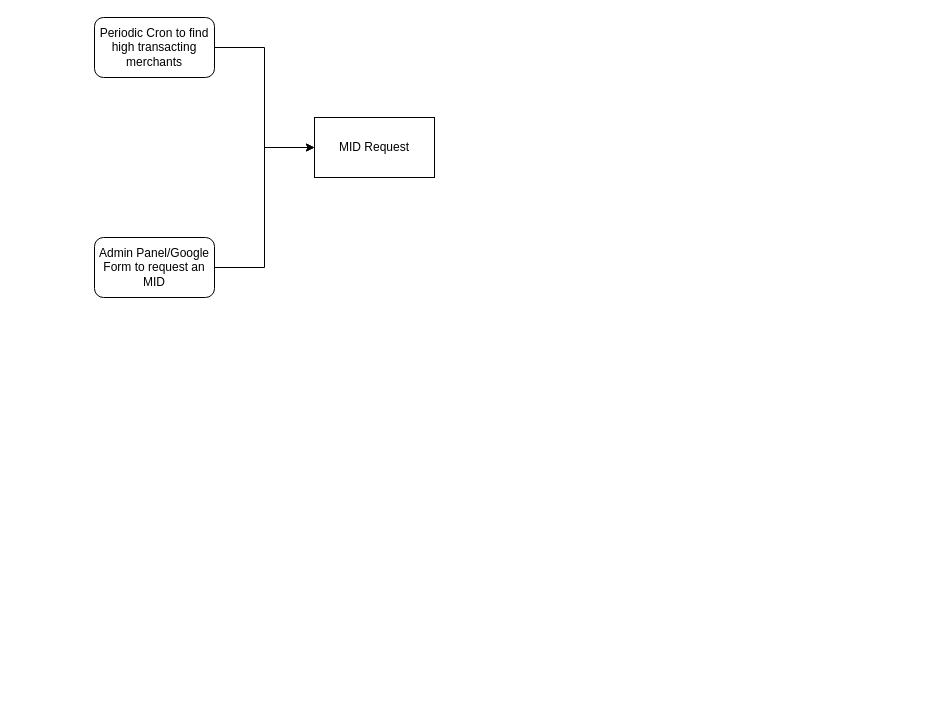
Before: Untitled Diagram.drawio in nafeydev/slate, a draw.io diagram. Source tidied: cells renumbered, new cells numbered last; positions are measured from the earlier drawing's top-left corner, leaving out a move shared by most shapes. Both pictures are drawn from the tidied source at 100%, with x=0, y=0 at pixel (94, 17).
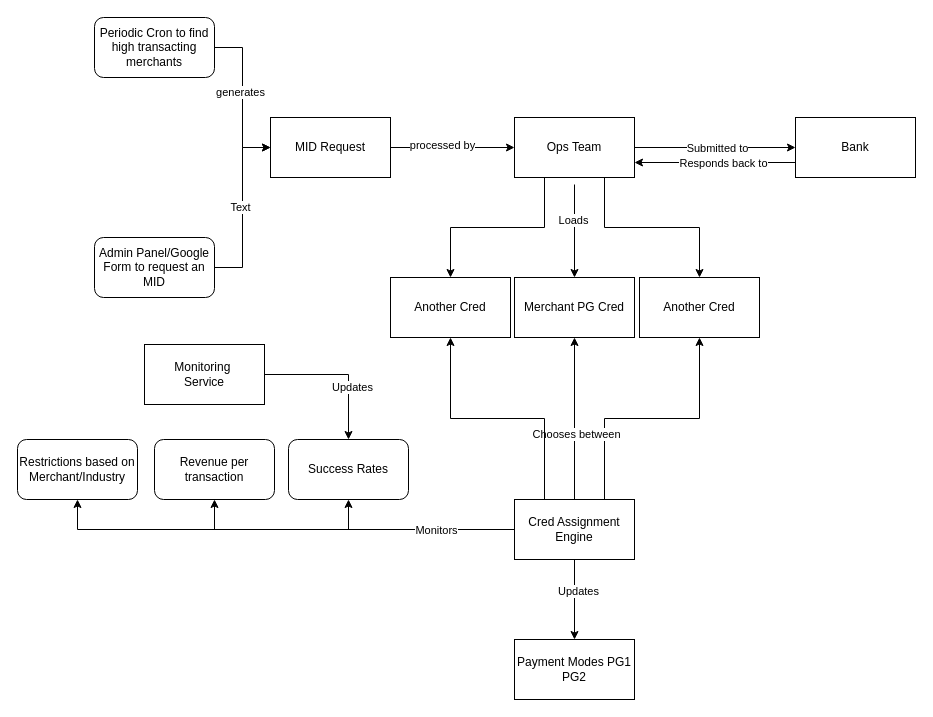
Above is the later version.

Unchanged cells that the change refers to:
```xml
<mxCell id="3" style="edgeStyle=orthogonalEdgeStyle;rounded=0;jettySize=auto;html=1;entryX=0;entryY=0.5;entryDx=0;entryDy=0;" parent="1" edge="1" source="4" target="2">
  <mxGeometry relative="1" as="geometry" />
</mxCell>
<mxCell id="5" style="edgeStyle=orthogonalEdgeStyle;rounded=0;jettySize=auto;html=1;entryX=0;entryY=0.5;entryDx=0;entryDy=0;" parent="1" edge="1" source="6" target="2">
  <mxGeometry relative="1" as="geometry" />
</mxCell>
```

What changed in the source:
```diff
@@
+    <mxCell id="7" style="edgeStyle=orthogonalEdgeStyle;rounded=0;jettySize=auto;html=1;" parent="1" edge="1" source="2" target="17">
+      <mxGeometry relative="1" as="geometry" />
+    </mxCell>
+    <mxCell id="8" value="processed by" style="edgeLabel;html=1;align=center;verticalAlign=middle;" parent="7" vertex="1">
+      <mxGeometry x="-0.18" y="3" relative="1" as="geometry" />
+    </mxCell>
     <mxCell id="2" value="MID Request" style="rounded=0;whiteSpace=wrap;html=1;" parent="1" vertex="1">
-      <mxGeometry x="220" y="100" width="120" height="60" as="geometry" />
+      <mxGeometry x="176" y="100" width="120" height="60" as="geometry" />
     </mxCell>
@@
+    <mxCell id="9" value="Text" style="edgeLabel;html=1;align=center;verticalAlign=middle;" parent="3" vertex="1">
+      <mxGeometry x="0.01" y="3" relative="1" as="geometry" />
+    </mxCell>
@@
+    <mxCell id="10" value="generates" style="edgeLabel;html=1;align=center;verticalAlign=middle;" parent="5" vertex="1">
+      <mxGeometry x="-0.08" y="-3" relative="1" as="geometry" />
+    </mxCell>
@@
+    <mxCell id="11" style="edgeStyle=orthogonalEdgeStyle;rounded=0;jettySize=auto;html=1;" parent="1" edge="1" source="17" target="20">
+      <mxGeometry relative="1" as="geometry" />
+    </mxCell>
+    <mxCell id="12" value="Submitted to" style="edgeLabel;html=1;align=center;verticalAlign=middle;" parent="11" vertex="1">
+      <mxGeometry x="0.02" relative="1" as="geometry" />
+    </mxCell>
+    <mxCell id="13" style="edgeStyle=orthogonalEdgeStyle;rounded=0;jettySize=auto;html=1;" parent="1" edge="1" target="21">
+      <mxGeometry relative="1" as="geometry">
+        <mxPoint x="480" y="167" as="sourcePoint" />
+        <Array as="points">
+          <mxPoint x="480" y="207" />
+          <mxPoint x="480" y="207" />
+        </Array>
+      </mxGeometry>
+    </mxCell>
+    <mxCell id="14" value="Loads" style="edgeLabel;html=1;align=center;verticalAlign=middle;" parent="13" vertex="1">
+      <mxGeometry x="-0.24" y="-2" relative="1" as="geometry" />
+    </mxCell>
+    <mxCell id="15" style="edgeStyle=orthogonalEdgeStyle;rounded=0;jettySize=auto;html=1;exitX=0.75;exitY=1;exitDx=0;exitDy=0;" parent="1" edge="1" source="17" target="22">
+      <mxGeometry relative="1" as="geometry" />
+    </mxCell>
+    <mxCell id="16" style="edgeStyle=orthogonalEdgeStyle;rounded=0;jettySize=auto;html=1;exitX=0.25;exitY=1;exitDx=0;exitDy=0;entryX=0.5;entryY=0;entryDx=0;entryDy=0;" parent="1" edge="1" source="17" target="23">
+      <mxGeometry relative="1" as="geometry" />
+    </mxCell>
+    <mxCell id="17" value="Ops Team" style="rounded=0;whiteSpace=wrap;html=1;" parent="1" vertex="1">
+      <mxGeometry x="420" y="100" width="120" height="60" as="geometry" />
+    </mxCell>
+    <mxCell id="18" style="edgeStyle=orthogonalEdgeStyle;rounded=0;jettySize=auto;html=1;exitX=0;exitY=0.75;exitDx=0;exitDy=0;entryX=1;entryY=0.75;entryDx=0;entryDy=0;" parent="1" edge="1" source="20" target="17">
+      <mxGeometry relative="1" as="geometry" />
+    </mxCell>
+    <mxCell id="19" value="Responds back to" style="edgeLabel;html=1;align=center;verticalAlign=middle;" parent="18" vertex="1">
+      <mxGeometry x="-0.09" relative="1" as="geometry" />
+    </mxCell>
+    <mxCell id="20" value="Bank" style="whiteSpace=wrap;html=1;rounded=0;" parent="1" vertex="1">
+      <mxGeometry x="701" y="100" width="120" height="60" as="geometry" />
+    </mxCell>
+    <mxCell id="21" value="Merchant PG Cred" style="whiteSpace=wrap;html=1;rounded=0;" parent="1" vertex="1">
+      <mxGeometry x="420" y="260" width="120" height="60" as="geometry" />
+    </mxCell>
+    <mxCell id="22" value="Another Cred" style="rounded=0;whiteSpace=wrap;html=1;" parent="1" vertex="1">
+      <mxGeometry x="545" y="260" width="120" height="60" as="geometry" />
+    </mxCell>
+    <mxCell id="23" value="Another Cred" style="rounded=0;whiteSpace=wrap;html=1;" parent="1" vertex="1">
+      <mxGeometry x="296" y="260" width="120" height="60" as="geometry" />
+    </mxCell>
+    <mxCell id="24" style="edgeStyle=orthogonalEdgeStyle;rounded=0;jettySize=auto;html=1;exitX=0.75;exitY=0;exitDx=0;exitDy=0;" parent="1" edge="1" source="32" target="22">
+      <mxGeometry relative="1" as="geometry" />
+    </mxCell>
+    <mxCell id="25" style="edgeStyle=orthogonalEdgeStyle;rounded=0;jettySize=auto;html=1;exitX=0.5;exitY=0;exitDx=0;exitDy=0;entryX=0.5;entryY=1;entryDx=0;entryDy=0;" parent="1" edge="1" source="32" target="21">
+      <mxGeometry relative="1" as="geometry" />
+    </mxCell>
+    <mxCell id="26" value="Chooses between" style="edgeLabel;html=1;align=center;verticalAlign=middle;" parent="25" vertex="1">
+      <mxGeometry x="-0.18" y="-1" relative="1" as="geometry" />
+    </mxCell>
+    <mxCell id="27" style="edgeStyle=orthogonalEdgeStyle;rounded=0;jettySize=auto;html=1;exitX=0.25;exitY=0;exitDx=0;exitDy=0;entryX=0.5;entryY=1;entryDx=0;entryDy=0;" parent="1" edge="1" source="32" target="23">
+      <mxGeometry relative="1" as="geometry" />
+    </mxCell>
+    <mxCell id="28" style="edgeStyle=orthogonalEdgeStyle;rounded=0;jettySize=auto;html=1;" parent="1" edge="1" source="32" target="33">
+      <mxGeometry relative="1" as="geometry" />
+    </mxCell>
+    <mxCell id="29" value="Updates" style="edgeLabel;html=1;align=center;verticalAlign=middle;" parent="28" vertex="1">
+      <mxGeometry x="-0.23" y="3" relative="1" as="geometry" />
+    </mxCell>
+    <mxCell id="30" style="edgeStyle=orthogonalEdgeStyle;rounded=0;jettySize=auto;html=1;entryX=0.5;entryY=1;entryDx=0;entryDy=0;" parent="1" edge="1" source="32" target="35">
+      <mxGeometry relative="1" as="geometry" />
+    </mxCell>
+    <mxCell id="31" style="edgeStyle=orthogonalEdgeStyle;rounded=0;jettySize=auto;html=1;exitX=0;exitY=0.5;exitDx=0;exitDy=0;entryX=0.5;entryY=1;entryDx=0;entryDy=0;" parent="1" edge="1" source="32" target="34">
+      <mxGeometry relative="1" as="geometry" />
+    </mxCell>
+    <mxCell id="32" value="Cred Assignment Engine" style="rounded=0;whiteSpace=wrap;html=1;" parent="1" vertex="1">
+      <mxGeometry x="420" y="482" width="120" height="60" as="geometry" />
+    </mxCell>
+    <mxCell id="33" value="Payment Modes PG1 PG2" style="whiteSpace=wrap;html=1;rounded=0;" parent="1" vertex="1">
+      <mxGeometry x="420" y="622" width="120" height="60" as="geometry" />
+    </mxCell>
+    <mxCell id="34" value="Success Rates" style="rounded=1;whiteSpace=wrap;html=1;" parent="1" vertex="1">
+      <mxGeometry x="194" y="422" width="120" height="60" as="geometry" />
+    </mxCell>
+    <mxCell id="35" value="Revenue per transaction" style="rounded=1;whiteSpace=wrap;html=1;" parent="1" vertex="1">
+      <mxGeometry x="60" y="422" width="120" height="60" as="geometry" />
+    </mxCell>
+    <mxCell id="36" style="edgeStyle=orthogonalEdgeStyle;rounded=0;jettySize=auto;html=1;entryX=0.5;entryY=1;entryDx=0;entryDy=0;" parent="1" edge="1" source="32" target="38">
+      <mxGeometry relative="1" as="geometry" />
+    </mxCell>
+    <mxCell id="37" value="Monitors" style="edgeLabel;html=1;align=center;verticalAlign=middle;" parent="36" vertex="1">
+      <mxGeometry x="-0.66" relative="1" as="geometry" />
+    </mxCell>
+    <mxCell id="38" value="Restrictions based on Merchant/Industry" style="rounded=1;whiteSpace=wrap;html=1;" parent="1" vertex="1">
+      <mxGeometry x="-77" y="422" width="120" height="60" as="geometry" />
+    </mxCell>
+    <mxCell id="39" style="edgeStyle=orthogonalEdgeStyle;rounded=0;jettySize=auto;html=1;exitX=1;exitY=0.5;exitDx=0;exitDy=0;entryX=0.5;entryY=0;entryDx=0;entryDy=0;" parent="1" edge="1" source="41" target="34">
+      <mxGeometry relative="1" as="geometry" />
+    </mxCell>
+    <mxCell id="40" value="Updates" style="edgeLabel;html=1;align=center;verticalAlign=middle;" parent="39" vertex="1">
+      <mxGeometry x="0.29" y="3" relative="1" as="geometry" />
+    </mxCell>
+    <mxCell id="41" value="Monitoring&amp;nbsp;&lt;br&gt;Service" style="rounded=0;whiteSpace=wrap;html=1;" parent="1" vertex="1">
+      <mxGeometry x="50" y="327" width="120" height="60" as="geometry" />
+    </mxCell>
```
